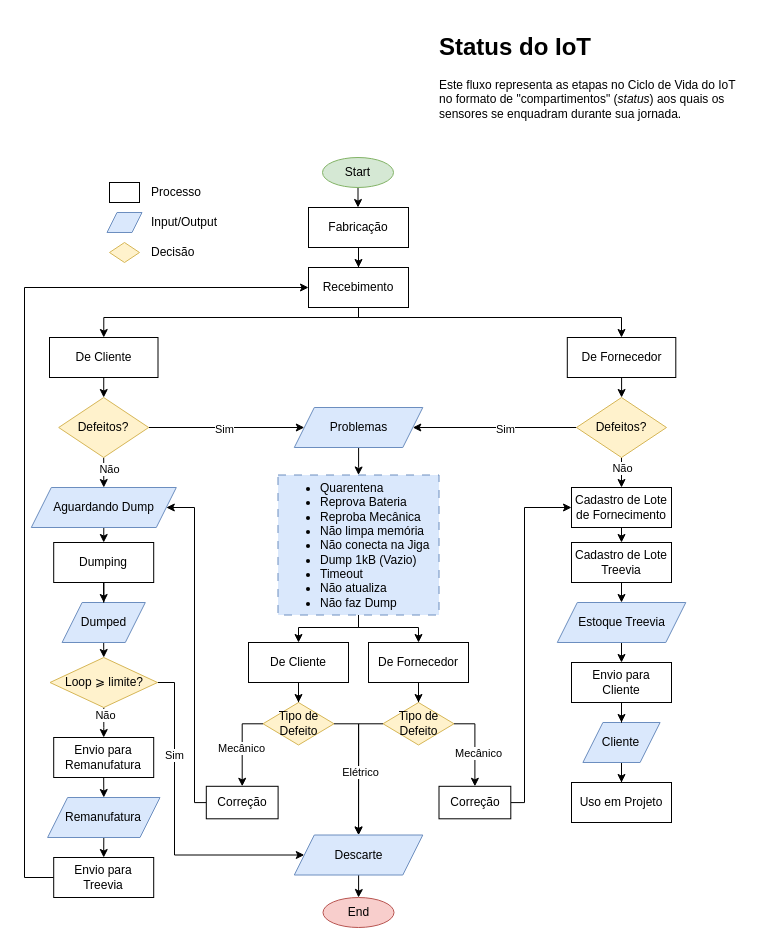
This is page "Status LC" (2 of 2) of drawio/life-cycle.drawio from jotasaraiva/iot-life-cycle, a draw.io file, before an edit. Source tidied: cells renumbered, new cells numbered last; positions are measured from the earlier drawing's top-left corner, leaving out a move shared by most shapes. Both pictures are drawn from the tidied source at 100%, with x=0, y=0 at pixel (24, 27).
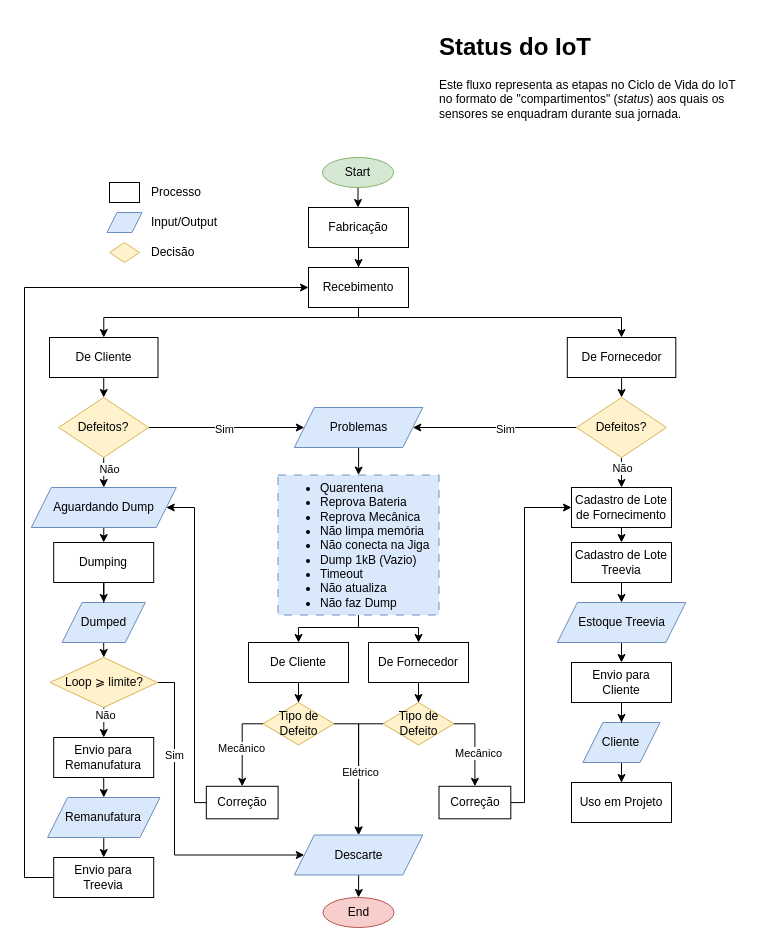
The same diagram, later.

Commit message (it also covers changes not shown here):
Pre-params

What changed in the source:
```diff
@@
-    <mxCell id="65" value="&lt;ul&gt;&lt;li style=&quot;&quot;&gt;&lt;span style=&quot;background-color: initial;&quot;&gt;Quarentena&lt;/span&gt;&lt;/li&gt;&lt;li style=&quot;&quot;&gt;&lt;span style=&quot;background-color: initial;&quot;&gt;Reprova Bateria&lt;/span&gt;&lt;/li&gt;&lt;li style=&quot;&quot;&gt;&lt;span style=&quot;background-color: initial;&quot;&gt;Reproba Mecânica&lt;/span&gt;&lt;/li&gt;&lt;li style=&quot;&quot;&gt;&lt;span style=&quot;background-color: initial;&quot;&gt;Não limpa memória&lt;/span&gt;&lt;/li&gt;&lt;li style=&quot;&quot;&gt;&lt;span style=&quot;background-color: initial;&quot;&gt;Não conecta na Jiga&lt;/span&gt;&lt;/li&gt;&lt;li style=&quot;&quot;&gt;&lt;span style=&quot;background-color: initial;&quot;&gt;Dump 1kB (Vazio)&lt;/span&gt;&lt;/li&gt;&lt;li style=&quot;&quot;&gt;&lt;span style=&quot;background-color: initial;&quot;&gt;Timeout&lt;/span&gt;&lt;/li&gt;&lt;li style=&quot;&quot;&gt;&lt;span style=&quot;background-color: initial;&quot;&gt;Não atualiza&lt;/span&gt;&lt;/li&gt;&lt;li style=&quot;&quot;&gt;&lt;span style=&quot;background-color: initial;&quot;&gt;Não faz Dump&lt;/span&gt;&lt;/li&gt;&lt;/ul&gt;" style="rounded=0;whiteSpace=wrap;html=1;fillColor=#dae8fc;align=left;strokeColor=#6c8ebf;dashed=1;dashPattern=8 8;" parent="1" vertex="1">
+    <mxCell id="65" value="&lt;ul&gt;&lt;li style=&quot;&quot;&gt;&lt;span style=&quot;background-color: initial;&quot;&gt;Quarentena&lt;/span&gt;&lt;/li&gt;&lt;li style=&quot;&quot;&gt;&lt;span style=&quot;background-color: initial;&quot;&gt;Reprova Bateria&lt;/span&gt;&lt;/li&gt;&lt;li style=&quot;&quot;&gt;&lt;span style=&quot;background-color: initial;&quot;&gt;Reprova Mecânica&lt;/span&gt;&lt;/li&gt;&lt;li style=&quot;&quot;&gt;&lt;span style=&quot;background-color: initial;&quot;&gt;Não limpa memória&lt;/span&gt;&lt;/li&gt;&lt;li style=&quot;&quot;&gt;&lt;span style=&quot;background-color: initial;&quot;&gt;Não conecta na Jiga&lt;/span&gt;&lt;/li&gt;&lt;li style=&quot;&quot;&gt;&lt;span style=&quot;background-color: initial;&quot;&gt;Dump 1kB (Vazio)&lt;/span&gt;&lt;/li&gt;&lt;li style=&quot;&quot;&gt;&lt;span style=&quot;background-color: initial;&quot;&gt;Timeout&lt;/span&gt;&lt;/li&gt;&lt;li style=&quot;&quot;&gt;&lt;span style=&quot;background-color: initial;&quot;&gt;Não atualiza&lt;/span&gt;&lt;/li&gt;&lt;li style=&quot;&quot;&gt;&lt;span style=&quot;background-color: initial;&quot;&gt;Não faz Dump&lt;/span&gt;&lt;/li&gt;&lt;/ul&gt;" style="rounded=0;whiteSpace=wrap;html=1;fillColor=#dae8fc;align=left;strokeColor=#6c8ebf;dashed=1;dashPattern=8 8;" parent="1" vertex="1">
       <mxGeometry x="253.5" y="447.5" width="161" height="140" as="geometry" />
     </mxCell>
```
